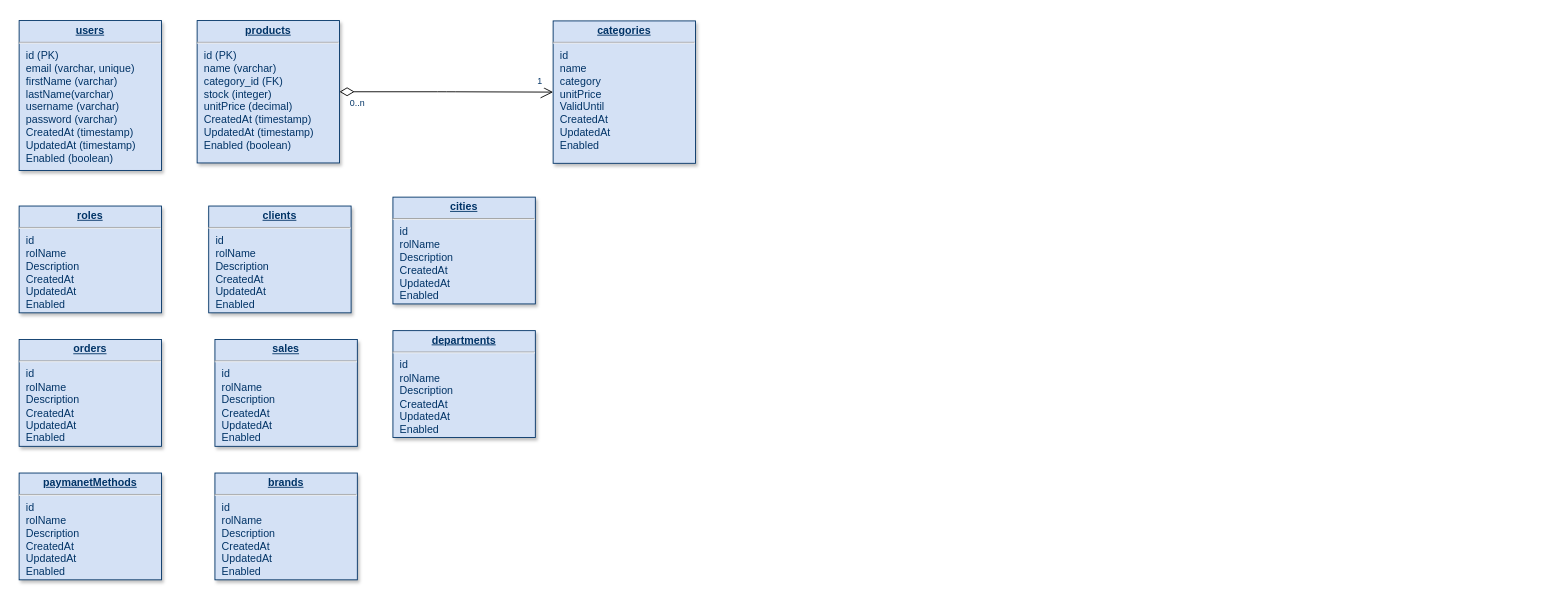
This is page "Page-1" (1 of 2) of ERD.drawio from leandrosys/LaCejitaShop, a draw.io file, before an edit. Source tidied: cells renumbered, new cells numbered last; positions are measured from the earlier drawing's top-left corner, leaving out a move shared by most shapes. Both pictures are drawn from the tidied source at 89%, with x=0, y=0 at pixel (19, 20).
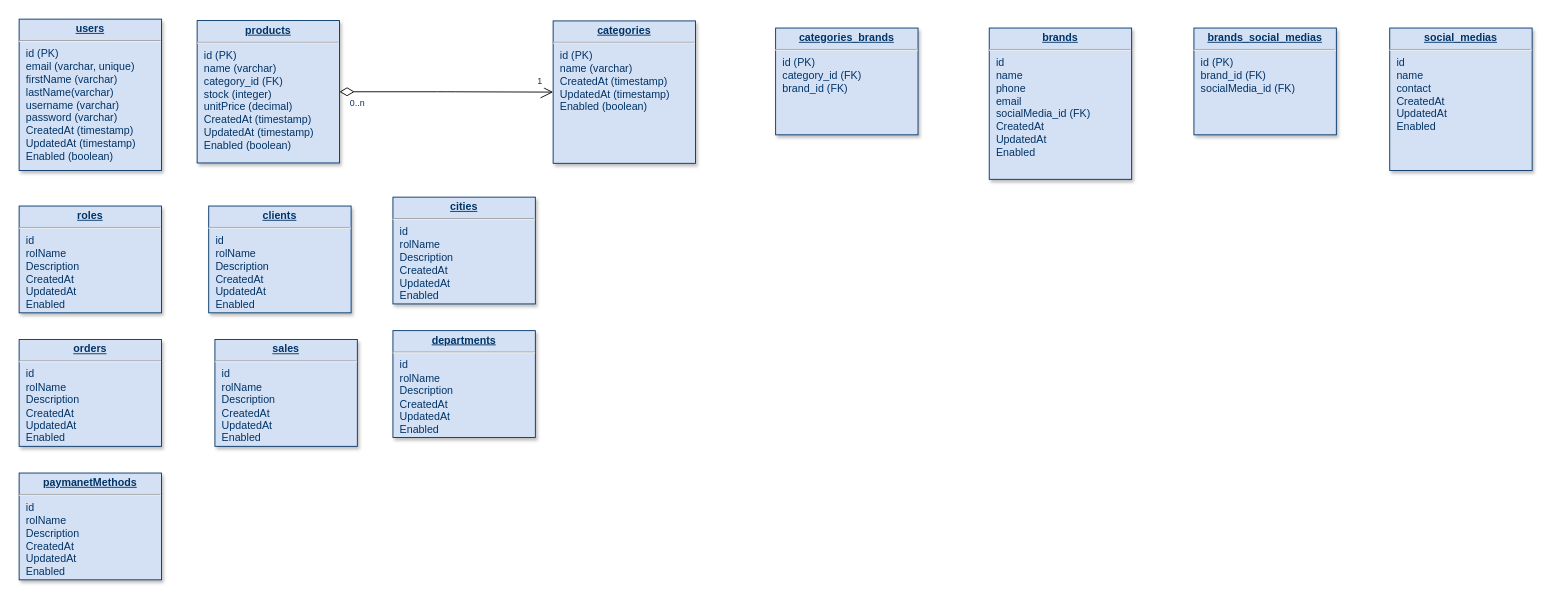
After the change.

Diff of the diagram source:
```diff
@@
     <mxCell id="4" value="&lt;p style=&quot;margin: 0px ; margin-top: 4px ; text-align: center ; text-decoration: underline&quot;&gt;&lt;b&gt;users&lt;/b&gt;&lt;/p&gt;&lt;hr&gt;&lt;p style=&quot;margin: 0px ; margin-left: 8px&quot;&gt;id (PK)&lt;/p&gt;&lt;p style=&quot;margin: 0px ; margin-left: 8px&quot;&gt;email (varchar, unique)&lt;/p&gt;&lt;p style=&quot;margin: 0px ; margin-left: 8px&quot;&gt;firstName (varchar)&lt;/p&gt;&lt;p style=&quot;margin: 0px ; margin-left: 8px&quot;&gt;lastName(varchar)&lt;/p&gt;&lt;p style=&quot;margin: 0px ; margin-left: 8px&quot;&gt;username (varchar)&lt;/p&gt;&lt;p style=&quot;margin: 0px ; margin-left: 8px&quot;&gt;password (varchar)&lt;/p&gt;&lt;p style=&quot;margin: 0px ; margin-left: 8px&quot;&gt;CreatedAt (timestamp)&lt;/p&gt;&lt;p style=&quot;margin: 0px ; margin-left: 8px&quot;&gt;UpdatedAt (timestamp)&lt;/p&gt;&lt;p style=&quot;margin: 0px ; margin-left: 8px&quot;&gt;Enabled (boolean)&lt;/p&gt;" style="verticalAlign=top;align=left;overflow=fill;fontSize=12;fontFamily=Helvetica;html=1;strokeColor=#003366;shadow=1;fillColor=#D4E1F5;fontColor=#003366;" parent="1" vertex="1">
-      <mxGeometry y="-0.4" width="160" height="168.4" as="geometry" />
+      <mxGeometry y="-2" width="160" height="170" as="geometry" />
     </mxCell>
-    <mxCell id="5" value="&lt;p style=&quot;margin: 0px ; margin-top: 4px ; text-align: center ; text-decoration: underline&quot;&gt;&lt;b&gt;categories&lt;/b&gt;&lt;/p&gt;&lt;hr&gt;&lt;p style=&quot;margin: 0px ; margin-left: 8px&quot;&gt;id&lt;/p&gt;&lt;p style=&quot;margin: 0px ; margin-left: 8px&quot;&gt;name&lt;/p&gt;&lt;p style=&quot;margin: 0px ; margin-left: 8px&quot;&gt;category&lt;/p&gt;&lt;p style=&quot;margin: 0px ; margin-left: 8px&quot;&gt;unitPrice&lt;/p&gt;&lt;p style=&quot;margin: 0px ; margin-left: 8px&quot;&gt;ValidUntil&lt;/p&gt;&lt;p style=&quot;margin: 0px ; margin-left: 8px&quot;&gt;CreatedAt&lt;/p&gt;&lt;p style=&quot;margin: 0px ; margin-left: 8px&quot;&gt;UpdatedAt&lt;/p&gt;&lt;p style=&quot;margin: 0px ; margin-left: 8px&quot;&gt;Enabled&lt;/p&gt;" style="verticalAlign=top;align=left;overflow=fill;fontSize=12;fontFamily=Helvetica;html=1;strokeColor=#003366;shadow=1;fillColor=#D4E1F5;fontColor=#003366;" parent="1" vertex="1">
+    <mxCell id="5" value="&lt;p style=&quot;margin: 0px ; margin-top: 4px ; text-align: center ; text-decoration: underline&quot;&gt;&lt;b&gt;categories&lt;/b&gt;&lt;/p&gt;&lt;hr&gt;&lt;p style=&quot;margin: 0px ; margin-left: 8px&quot;&gt;id (PK)&lt;/p&gt;&lt;p style=&quot;margin: 0px ; margin-left: 8px&quot;&gt;name (varchar)&lt;/p&gt;&lt;p style=&quot;margin: 0px ; margin-left: 8px&quot;&gt;CreatedAt (timestamp)&lt;/p&gt;&lt;p style=&quot;margin: 0px ; margin-left: 8px&quot;&gt;UpdatedAt (timestamp)&lt;/p&gt;&lt;p style=&quot;margin: 0px ; margin-left: 8px&quot;&gt;Enabled (boolean)&lt;/p&gt;" style="verticalAlign=top;align=left;overflow=fill;fontSize=12;fontFamily=Helvetica;html=1;strokeColor=#003366;shadow=1;fillColor=#D4E1F5;fontColor=#003366;" parent="1" vertex="1">
       <mxGeometry x="600" width="160" height="160" as="geometry" />
     </mxCell>
@@
-    <mxCell id="12" value="&lt;p style=&quot;margin: 0px ; margin-top: 4px ; text-align: center ; text-decoration: underline&quot;&gt;&lt;b&gt;brands&lt;/b&gt;&lt;/p&gt;&lt;hr&gt;&lt;p style=&quot;margin: 0px ; margin-left: 8px&quot;&gt;id&lt;br&gt;rolName&lt;/p&gt;&lt;p style=&quot;margin: 0px ; margin-left: 8px&quot;&gt;Description&lt;/p&gt;&lt;p style=&quot;margin: 0px ; margin-left: 8px&quot;&gt;CreatedAt&lt;/p&gt;&lt;p style=&quot;margin: 0px ; margin-left: 8px&quot;&gt;UpdatedAt&lt;/p&gt;&lt;p style=&quot;margin: 0px ; margin-left: 8px&quot;&gt;Enabled&lt;/p&gt;" style="verticalAlign=top;align=left;overflow=fill;fontSize=12;fontFamily=Helvetica;html=1;strokeColor=#003366;shadow=1;fillColor=#D4E1F5;fontColor=#003366;" parent="1" vertex="1">
-      <mxGeometry x="220" y="508" width="160" height="120" as="geometry" />
+    <mxCell id="12" value="&lt;p style=&quot;margin: 0px ; margin-top: 4px ; text-align: center ; text-decoration: underline&quot;&gt;&lt;b&gt;brands&lt;/b&gt;&lt;/p&gt;&lt;hr&gt;&lt;p style=&quot;margin: 0px ; margin-left: 8px&quot;&gt;id&lt;br&gt;name&lt;/p&gt;&lt;p style=&quot;margin: 0px ; margin-left: 8px&quot;&gt;phone&lt;/p&gt;&lt;p style=&quot;margin: 0px ; margin-left: 8px&quot;&gt;email&lt;/p&gt;&lt;p style=&quot;margin: 0px ; margin-left: 8px&quot;&gt;socialMedia_id (FK)&lt;/p&gt;&lt;p style=&quot;margin: 0px ; margin-left: 8px&quot;&gt;CreatedAt&lt;/p&gt;&lt;p style=&quot;margin: 0px ; margin-left: 8px&quot;&gt;UpdatedAt&lt;/p&gt;&lt;p style=&quot;margin: 0px ; margin-left: 8px&quot;&gt;Enabled&lt;/p&gt;" style="verticalAlign=top;align=left;overflow=fill;fontSize=12;fontFamily=Helvetica;html=1;strokeColor=#003366;shadow=1;fillColor=#D4E1F5;fontColor=#003366;" parent="1" vertex="1">
+      <mxGeometry x="1090" y="8" width="160" height="170" as="geometry" />
     </mxCell>
@@
+    <mxCell id="16" value="&lt;p style=&quot;margin: 0px ; margin-top: 4px ; text-align: center ; text-decoration: underline&quot;&gt;&lt;b&gt;categories_brands&lt;/b&gt;&lt;/p&gt;&lt;hr&gt;&lt;p style=&quot;margin: 0px ; margin-left: 8px&quot;&gt;id (PK)&lt;br&gt;category_id (FK)&lt;/p&gt;&lt;p style=&quot;margin: 0px ; margin-left: 8px&quot;&gt;brand_id (FK)&lt;/p&gt;" style="verticalAlign=top;align=left;overflow=fill;fontSize=12;fontFamily=Helvetica;html=1;strokeColor=#003366;shadow=1;fillColor=#D4E1F5;fontColor=#003366;" parent="1" vertex="1">
+      <mxGeometry x="850" y="8" width="160" height="120" as="geometry" />
+    </mxCell>
+    <mxCell id="17" value="&lt;p style=&quot;margin: 0px ; margin-top: 4px ; text-align: center ; text-decoration: underline&quot;&gt;&lt;b&gt;social_medias&lt;/b&gt;&lt;/p&gt;&lt;hr&gt;&lt;p style=&quot;margin: 0px ; margin-left: 8px&quot;&gt;id&lt;br&gt;name&lt;/p&gt;&lt;p style=&quot;margin: 0px ; margin-left: 8px&quot;&gt;contact&lt;/p&gt;&lt;p style=&quot;margin: 0px ; margin-left: 8px&quot;&gt;CreatedAt&lt;/p&gt;&lt;p style=&quot;margin: 0px ; margin-left: 8px&quot;&gt;UpdatedAt&lt;/p&gt;&lt;p style=&quot;margin: 0px ; margin-left: 8px&quot;&gt;Enabled&lt;/p&gt;" style="verticalAlign=top;align=left;overflow=fill;fontSize=12;fontFamily=Helvetica;html=1;strokeColor=#003366;shadow=1;fillColor=#D4E1F5;fontColor=#003366;" parent="1" vertex="1">
+      <mxGeometry x="1540" y="8" width="160" height="160" as="geometry" />
+    </mxCell>
+    <mxCell id="18" value="&lt;p style=&quot;margin: 0px ; margin-top: 4px ; text-align: center ; text-decoration: underline&quot;&gt;&lt;b&gt;brands_social_medias&lt;/b&gt;&lt;/p&gt;&lt;hr&gt;&lt;p style=&quot;margin: 0px ; margin-left: 8px&quot;&gt;id (PK)&lt;br&gt;brand_id (FK)&lt;/p&gt;&lt;p style=&quot;margin: 0px ; margin-left: 8px&quot;&gt;socialMedia_id (FK)&lt;/p&gt;" style="verticalAlign=top;align=left;overflow=fill;fontSize=12;fontFamily=Helvetica;html=1;strokeColor=#003366;shadow=1;fillColor=#D4E1F5;fontColor=#003366;" parent="1" vertex="1">
+      <mxGeometry x="1320" y="8" width="160" height="120" as="geometry" />
+    </mxCell>
```
